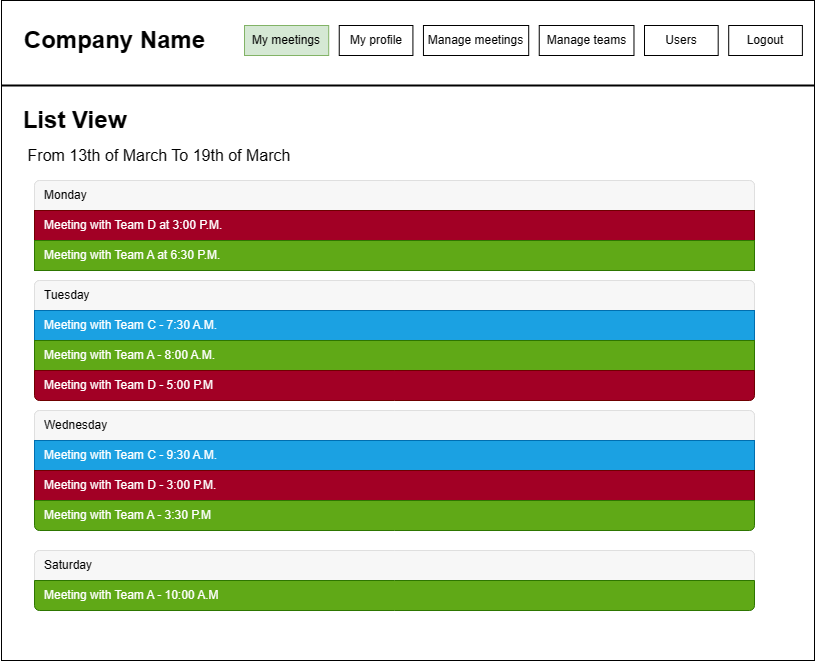
Earlier version of the draw.io export Dokumentáció/Pictures/Screen plans/my_meetings_list.drawio.png (gyorkistamas/afp2-2023-tavasz-stopinventing). Source tidied: cells renumbered, new cells last; positions are measured from the earlier drawing's top-left corner, leaving out a move shared by most shapes.
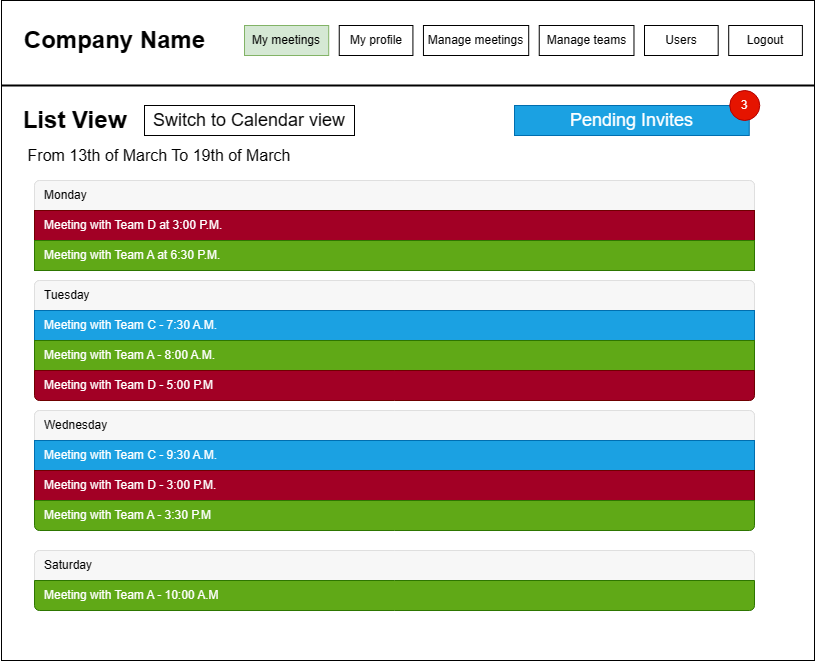
The same diagram one commit later.

Commit message:
Edited screen plans

The edit, as a diff of the source:
```diff
@@ -104,5 +104,17 @@
         <mxPoint y="-30" as="offset" />
       </mxGeometry>
     </mxCell>
+    <mxCell id="30" value="&lt;font style=&quot;font-size: 18px;&quot;&gt;Switch to Calendar view&lt;/font&gt;" style="rounded=0;whiteSpace=wrap;html=1;" parent="1" vertex="1">
+      <mxGeometry x="143" y="105" width="210" height="30" as="geometry" />
+    </mxCell>
+    <mxCell id="31" style="group;" parent="1" vertex="1">
+      <mxGeometry x="553" y="90" width="205.3" height="45" as="geometry" />
+    </mxCell>
+    <mxCell id="32" value="&lt;font style=&quot;font-size: 18px;&quot;&gt;Pending Invites&lt;/font&gt;" style="rounded=0;whiteSpace=wrap;html=1;fillColor=#1ba1e2;fontColor=#ffffff;strokeColor=#006EAF;" parent="31" vertex="1">
+      <mxGeometry x="-40" y="15" width="234.7" height="30" as="geometry" />
+    </mxCell>
+    <mxCell id="33" value="3" style="ellipse;whiteSpace=wrap;html=1;fillColor=#e51400;fontColor=#ffffff;strokeColor=#B20000;" parent="31" vertex="1">
+      <mxGeometry x="175.3" width="30" height="30" as="geometry" />
+    </mxCell>
   </root>
 </mxGraphModel>
```
